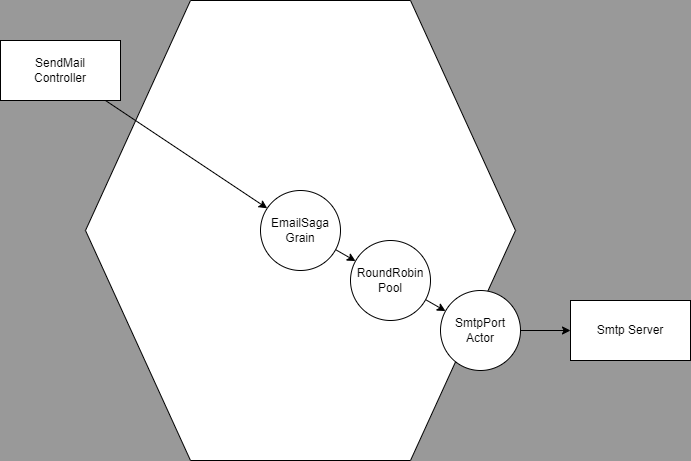
Earlier version of the draw.io export 1.drawio.png (seungyongshim/poc-mapster). Source tidied: cells renumbered, new cells last; positions are measured from the earlier drawing's top-left corner, leaving out a move shared by most shapes.
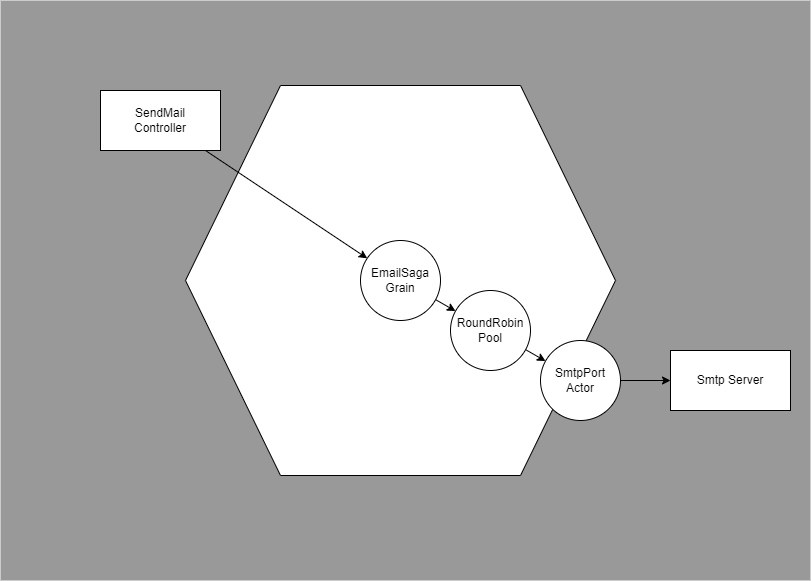
Later version of the same file.

What changed in the source:
```diff
@@ -1,9 +1,12 @@
-<mxGraphModel background="#999999">
+<mxGraphModel>
   <root>
     <mxCell id="0" />
     <mxCell id="1" parent="0" />
+    <mxCell id="12" style="rounded=0;whiteSpace=wrap;html=1;fillColor=#999999;strokeColor=none;" parent="1" vertex="1">
+      <mxGeometry x="-100" y="-50" width="810" height="580" as="geometry" />
+    </mxCell>
-    <mxCell id="2" style="shape=hexagon;perimeter=hexagonPerimeter2;whiteSpace=wrap;html=1;fixedSize=1;size=105;" parent="1" vertex="1">
-      <mxGeometry x="85" width="430" height="460" as="geometry" />
+    <mxCell id="2" style="shape=hexagon;perimeter=hexagonPerimeter2;whiteSpace=wrap;html=1;fixedSize=1;size=95;" parent="1" vertex="1">
+      <mxGeometry x="85" y="35" width="430" height="390" as="geometry" />
     </mxCell>
     <mxCell id="3" style="edgeStyle=none;html=1;" parent="1" edge="1" source="4" target="6">
       <mxGeometry relative="1" as="geometry" />
```
